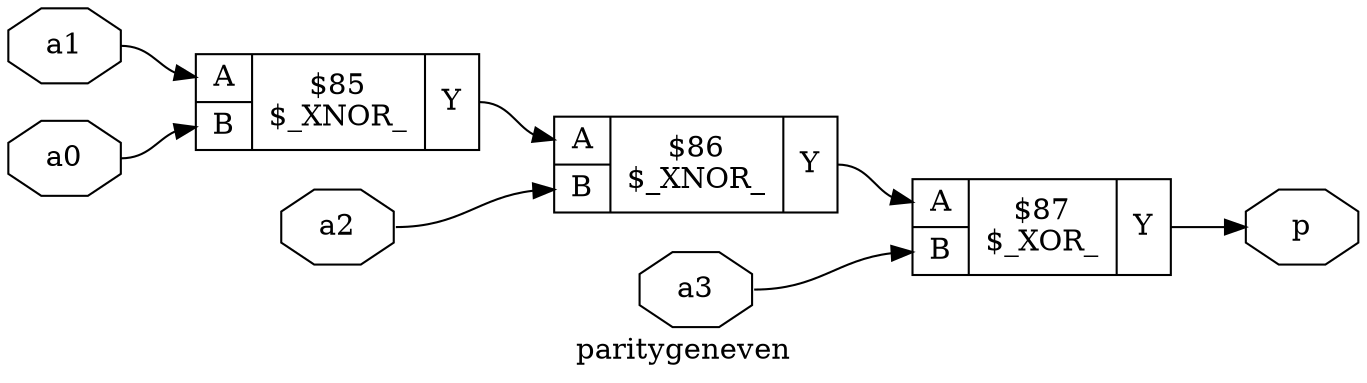
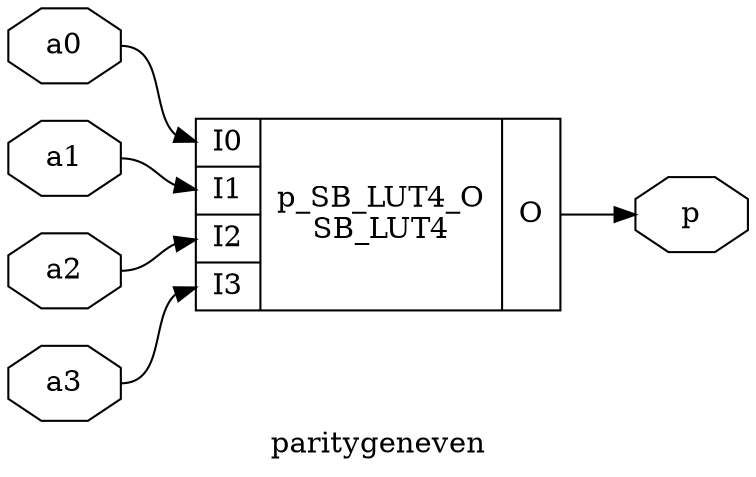
digraph "paritygeneven" {
label="paritygeneven";
rankdir="LR";
remincross=true;
- n3 [ shape=octagon, label="a0", color="black", fontcolor="black" ];
- n4 [ shape=octagon, label="a1", color="black", fontcolor="black" ];
- n5 [ shape=octagon, label="a2", color="black", fontcolor="black" ];
- n6 [ shape=octagon, label="a3", color="black", fontcolor="black" ];
- n7 [ shape=octagon, label="p", color="black", fontcolor="black" ];
- c11 [ shape=record, label="{{<p8> A|<p9> B}|$85\n$_XNOR_|{<p10> Y}}",  ];
- c12 [ shape=record, label="{{<p8> A|<p9> B}|$86\n$_XNOR_|{<p10> Y}}",  ];
- c13 [ shape=record, label="{{<p8> A|<p9> B}|$87\n$_XOR_|{<p10> Y}}",  ];
- c11:p10:e -> c12:p8:w [color="black", fontcolor="black", label=""];
- c12:p10:e -> c13:p8:w [color="black", fontcolor="black", label=""];
- n3:e -> c11:p9:w [color="black", fontcolor="black", label=""];
- n4:e -> c11:p8:w [color="black", fontcolor="black", label=""];
- n5:e -> c12:p9:w [color="black", fontcolor="black", label=""];
- n6:e -> c13:p9:w [color="black", fontcolor="black", label=""];
- c13:p10:e -> n7:w [color="black", fontcolor="black", label=""];
+ n1 [ shape=octagon, label="a0", color="black", fontcolor="black" ];
+ n2 [ shape=octagon, label="a1", color="black", fontcolor="black" ];
+ n3 [ shape=octagon, label="a2", color="black", fontcolor="black" ];
+ n4 [ shape=octagon, label="a3", color="black", fontcolor="black" ];
+ n5 [ shape=octagon, label="p", color="black", fontcolor="black" ];
+ c11 [ shape=record, label="{{<p6> I0|<p7> I1|<p8> I2|<p9> I3}|p_SB_LUT4_O\nSB_LUT4|{<p10> O}}",  ];
+ n1:e -> c11:p6:w [color="black", fontcolor="black", label=""];
+ n2:e -> c11:p7:w [color="black", fontcolor="black", label=""];
+ n3:e -> c11:p8:w [color="black", fontcolor="black", label=""];
+ n4:e -> c11:p9:w [color="black", fontcolor="black", label=""];
+ c11:p10:e -> n5:w [color="black", fontcolor="black", label=""];
}
